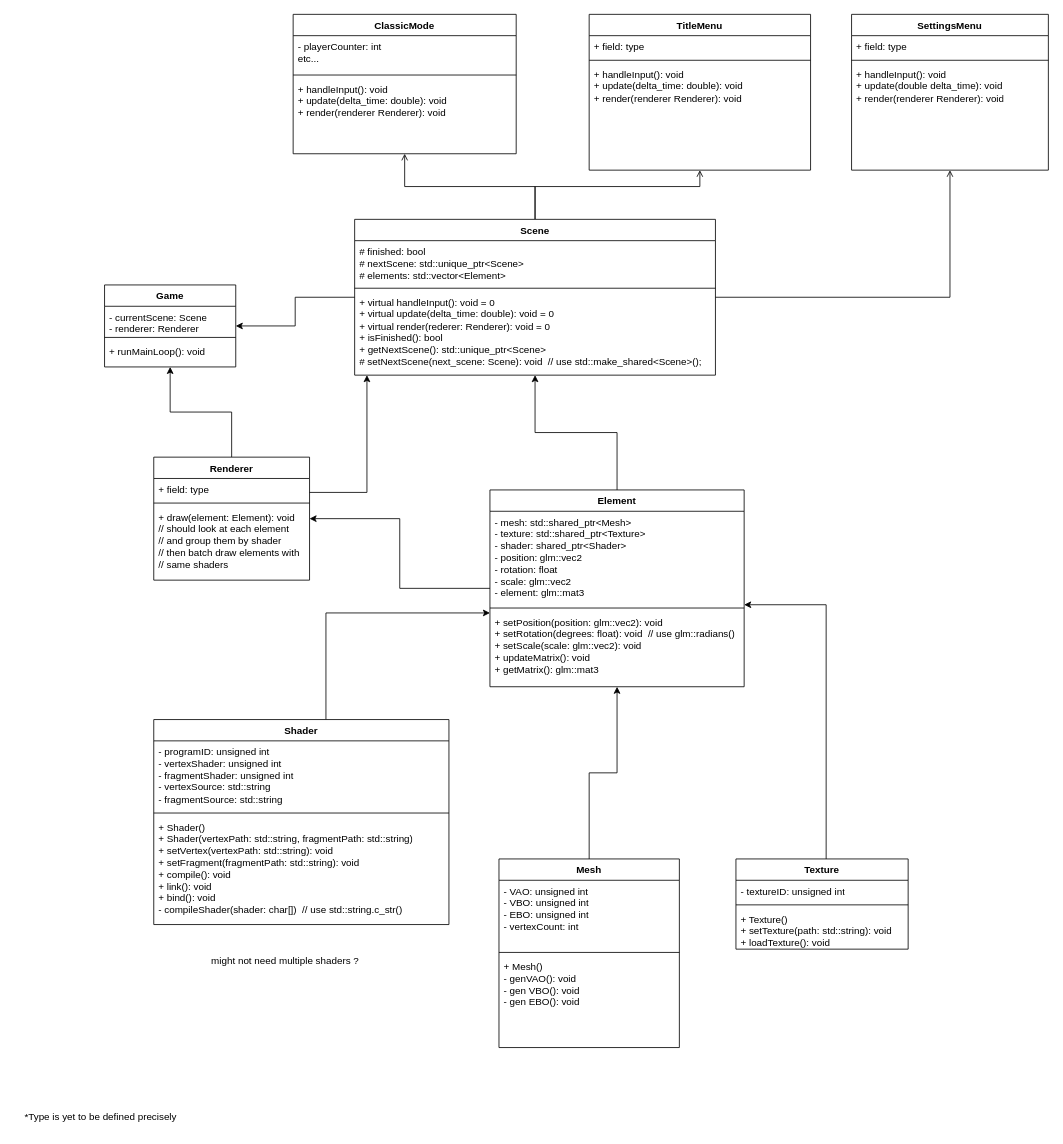
Above: design/scenesUML.drawio in drussillo/PoliticalPartyParty (draw.io), before the change. Source tidied: cells renumbered, new cells numbered last; positions are measured from the earlier drawing's top-left corner, leaving out a move shared by most shapes. Both pictures are drawn from the tidied source at 82%, with x=0, y=0 at pixel (14, 14).
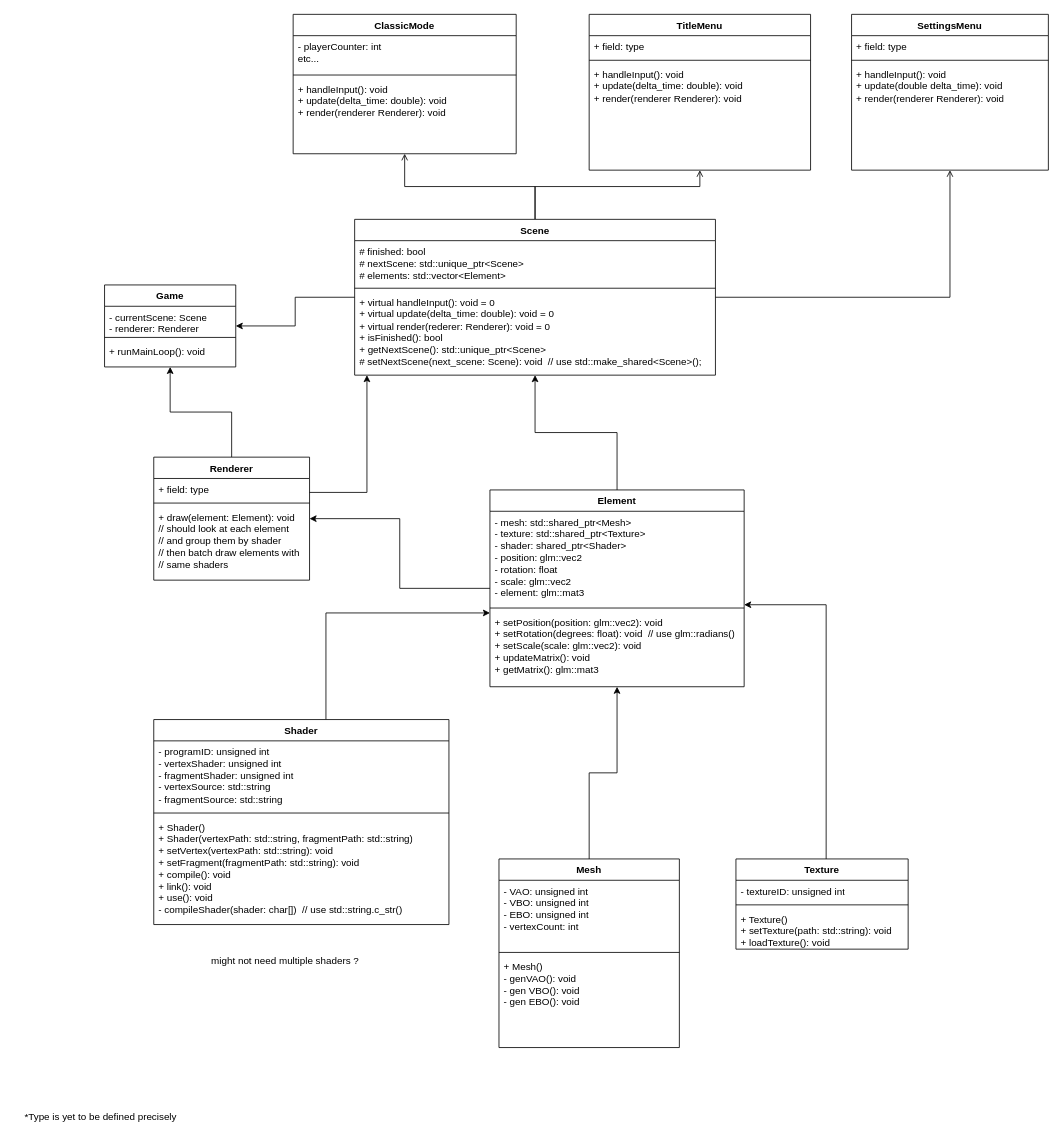
Above is the later version.

Commit message:
Working on design - Tring to find class structure for openGL related functions

Unchanged cells that the change refers to:
```xml
<mxCell id="23" value="Shader&lt;div&gt;&lt;br&gt;&lt;/div&gt;" style="swimlane;fontStyle=1;align=center;verticalAlign=top;horizontal=1;startSize=26;whiteSpace=wrap;html=1;" parent="1" vertex="1">
  <mxGeometry x="170" y="860" width="360" height="250" as="geometry" />
</mxCell>
```

The edit, as a diff of the source:
```diff
@@
-    <mxCell id="26" value="+ Shader()&lt;div&gt;+ Shader(vertexPath: std::string, fragmentPath: std::string)&lt;/div&gt;&lt;div&gt;+ setVertex(vertexPath: std::string): void&lt;/div&gt;&lt;div&gt;+ setFragment(fragmentPath: std::string): void&lt;/div&gt;&lt;div&gt;+ compile(): void&lt;/div&gt;&lt;div&gt;+ link(): void&lt;/div&gt;&lt;div&gt;+ bind(): void&lt;/div&gt;&lt;div&gt;- compileShader(shader: char[])&amp;nbsp; // use std::string.c_str()&lt;/div&gt;" style="text;strokeColor=none;fillColor=none;align=left;verticalAlign=top;spacingLeft=4;spacingRight=4;overflow=hidden;whiteSpace=wrap;html=1;" parent="23" vertex="1">
+    <mxCell id="26" value="+ Shader()&lt;div&gt;+ Shader(vertexPath: std::string, fragmentPath: std::string)&lt;/div&gt;&lt;div&gt;+ setVertex(vertexPath: std::string): void&lt;/div&gt;&lt;div&gt;+ setFragment(fragmentPath: std::string): void&lt;/div&gt;&lt;div&gt;+ compile(): void&lt;/div&gt;&lt;div&gt;+ link(): void&lt;/div&gt;&lt;div&gt;+ use(): void&lt;/div&gt;&lt;div&gt;- compileShader(shader: char[])&amp;nbsp; // use std::string.c_str()&lt;/div&gt;" style="text;strokeColor=none;fillColor=none;align=left;verticalAlign=top;spacingLeft=4;spacingRight=4;overflow=hidden;whiteSpace=wrap;html=1;" parent="23" vertex="1">
       <mxGeometry y="118" width="360" height="132" as="geometry" />
     </mxCell>
```
